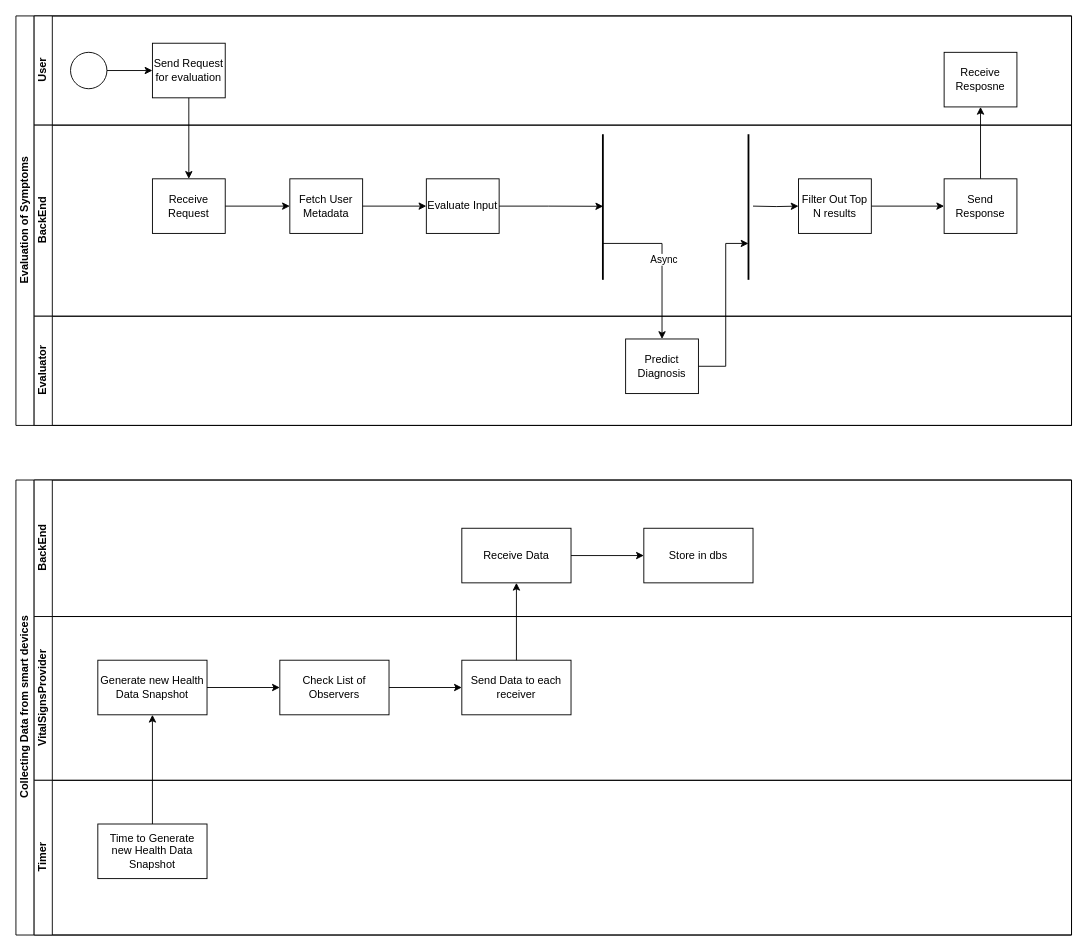
This is diagrams/BusinessProcessDiagram.drawio from hollepat/VirtualDoctor_, a draw.io file, before an edit. Source tidied: cells renumbered, new cells numbered last; positions are measured from the earlier drawing's top-left corner, leaving out a move shared by most shapes. Both pictures are drawn from the tidied source at 91%, with x=0, y=0 at pixel (15, 15).
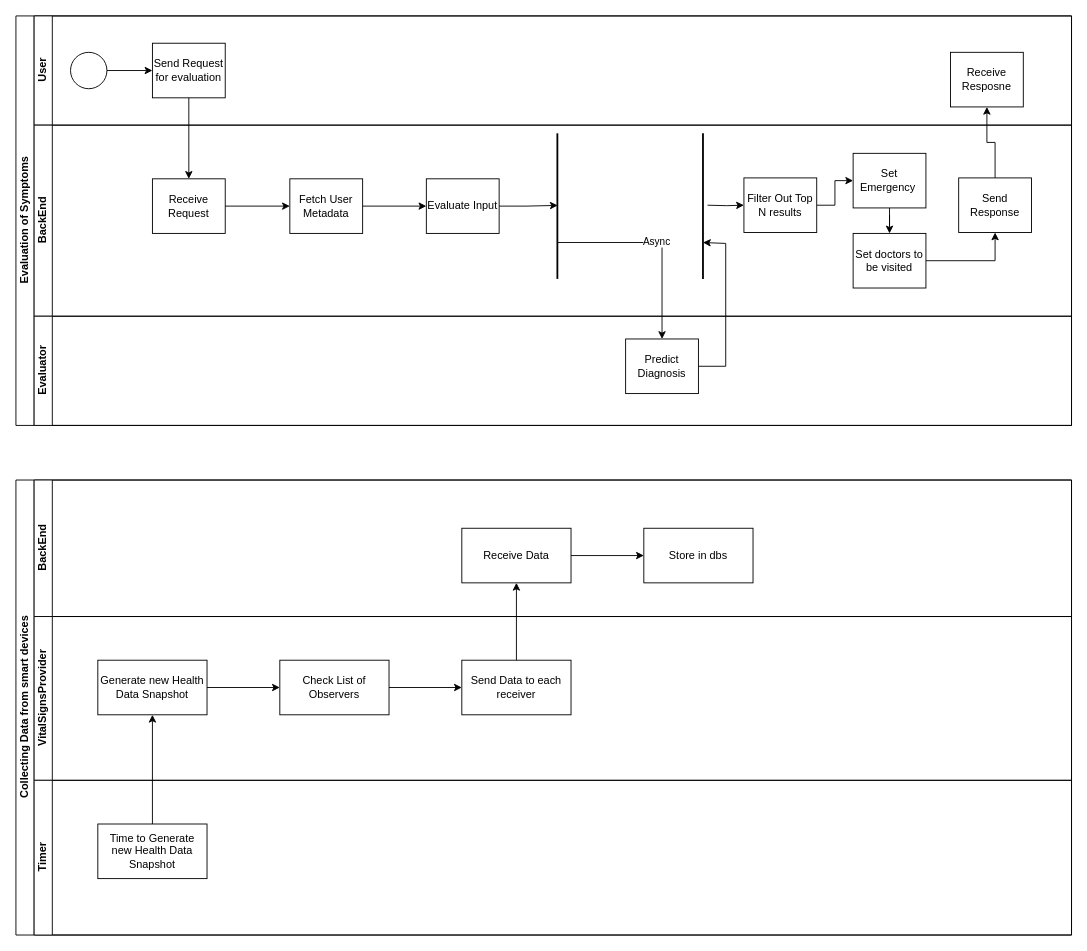
After the change.

The change refers to these unchanged cells:
```xml
<mxCell id="7" value="BackEnd" style="swimlane;html=1;startSize=20;horizontal=0;" parent="2" vertex="1">
  <mxGeometry x="20" y="120" width="1140" height="210" as="geometry" />
</mxCell>
```

What changed in the source:
```diff
@@
     <mxCell id="13" style="line;strokeWidth=2;direction=south;html=1;" parent="7" vertex="1">
-      <mxGeometry x="620" y="10" width="10" height="160" as="geometry" />
+      <mxGeometry x="570" y="9" width="10" height="160" as="geometry" />
     </mxCell>
     <mxCell id="14" style="edgeStyle=orthogonalEdgeStyle;rounded=0;jettySize=auto;html=1;entryX=0;entryY=0.5;entryDx=0;entryDy=0;" parent="7" edge="1" target="17">
       <mxGeometry relative="1" as="geometry">
-        <mxPoint x="790" y="89" as="sourcePoint" />
+        <mxPoint x="740" y="88" as="sourcePoint" />
       </mxGeometry>
     </mxCell>
     <mxCell id="15" style="line;strokeWidth=2;direction=south;html=1;" parent="7" vertex="1">
-      <mxGeometry x="780" y="10" width="10" height="160" as="geometry" />
+      <mxGeometry x="730" y="9" width="10" height="160" as="geometry" />
     </mxCell>
-    <mxCell id="16" style="edgeStyle=orthogonalEdgeStyle;rounded=0;jettySize=auto;html=1;" parent="7" edge="1" source="17" target="19">
-      <mxGeometry relative="1" as="geometry" />
-    </mxCell>
+    <mxCell id="43" style="edgeStyle=orthogonalEdgeStyle;rounded=0;jettySize=auto;html=1;entryX=0;entryY=0.5;entryDx=0;entryDy=0;" parent="7" edge="1" source="17" target="45">
+      <mxGeometry relative="1" as="geometry" />
+    </mxCell>
     <mxCell id="17" value="Filter Out Top N results" style="rounded=0;whiteSpace=wrap;html=1;fontFamily=Helvetica;fontSize=12;fontColor=#000000;align=center;" parent="7" vertex="1">
-      <mxGeometry x="840" y="59" width="80" height="60" as="geometry" />
+      <mxGeometry x="780" y="58" width="80" height="60" as="geometry" />
     </mxCell>
@@
     <mxCell id="19" value="Send Response" style="rounded=0;whiteSpace=wrap;html=1;fontFamily=Helvetica;fontSize=12;fontColor=#000000;align=center;" parent="7" vertex="1">
-      <mxGeometry x="1000" y="59" width="80" height="60" as="geometry" />
+      <mxGeometry x="1016" y="58" width="80" height="60" as="geometry" />
     </mxCell>
     <mxCell id="20" value="Receive Resposne" style="rounded=0;whiteSpace=wrap;html=1;fontFamily=Helvetica;fontSize=12;fontColor=#000000;align=center;" parent="7" vertex="1">
-      <mxGeometry x="1000" y="-80" width="80" height="60" as="geometry" />
+      <mxGeometry x="1007" y="-80" width="80" height="60" as="geometry" />
     </mxCell>
@@
+    <mxCell id="44" style="edgeStyle=orthogonalEdgeStyle;rounded=0;jettySize=auto;html=1;entryX=0.5;entryY=0;entryDx=0;entryDy=0;" parent="7" edge="1" source="45" target="47">
+      <mxGeometry relative="1" as="geometry" />
+    </mxCell>
+    <mxCell id="45" value="Set Emergency&amp;nbsp;" style="rounded=0;whiteSpace=wrap;html=1;fontFamily=Helvetica;fontSize=12;fontColor=#000000;align=center;" parent="7" vertex="1">
+      <mxGeometry x="900" y="31" width="80" height="60" as="geometry" />
+    </mxCell>
+    <mxCell id="46" style="edgeStyle=orthogonalEdgeStyle;rounded=0;jettySize=auto;html=1;entryX=0.5;entryY=1;entryDx=0;entryDy=0;" parent="7" edge="1" source="47" target="19">
+      <mxGeometry relative="1" as="geometry" />
+    </mxCell>
+    <mxCell id="47" value="Set doctors to be visited" style="rounded=0;whiteSpace=wrap;html=1;fontFamily=Helvetica;fontSize=12;fontColor=#000000;align=center;" parent="7" vertex="1">
+      <mxGeometry x="900" y="119" width="80" height="60" as="geometry" />
+    </mxCell>
```
